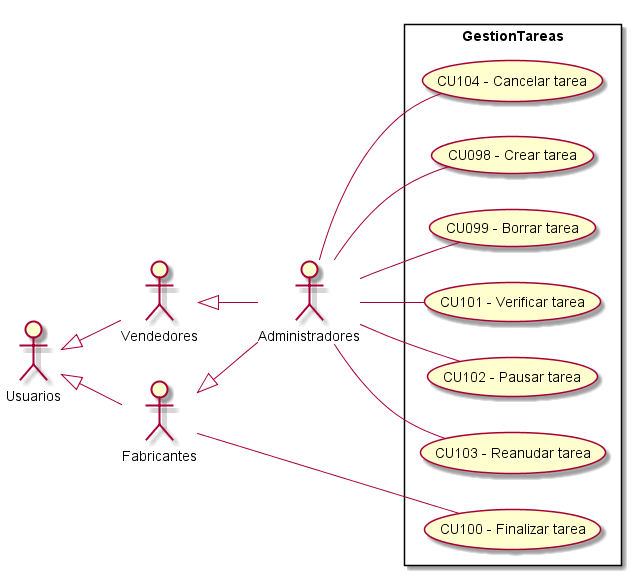
ZMGestion/DocumentacionZMGestion keeps this PlantUML diagram as Informe Final/Imagenes/ModeladoDeCasosDeUso/DiagramaDeCasosDeUso/GestionTareas.png. Above is the earlier version.
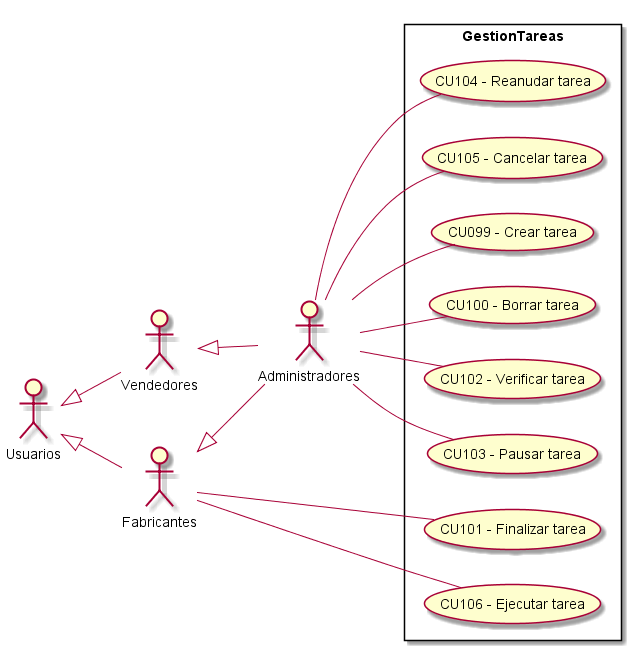
After the commit.

Change to the diagram source:
```diff
@@ -13,13 +13,14 @@
  left to right direction
 
 rectangle GestionTareas{
-    UseCase "CU098 - Crear tarea" as C
-    UseCase "CU099 - Borrar tarea" as B
-    UseCase "CU100 - Finalizar tarea" as Finalizar
-    UseCase "CU101 - Verificar tarea" as Verificar
-    UseCase "CU102 - Pausar tarea" as Pausar
-    UseCase "CU103 - Reanudar tarea" as Reanudar
-    UseCase "CU104 - Cancelar tarea" as Cancelar
+    UseCase "CU099 - Crear tarea" as C
+    UseCase "CU100 - Borrar tarea" as B
+    UseCase "CU101 - Finalizar tarea" as Finalizar
+    UseCase "CU102 - Verificar tarea" as Verificar
+    UseCase "CU103 - Pausar tarea" as Pausar
+    UseCase "CU104 - Reanudar tarea" as Reanudar
+    UseCase "CU105 - Cancelar tarea" as Cancelar
+    UseCase "CU106 - Ejecutar tarea" as Ejecutar
 }
     Administradores -- C
     Administradores -- B
@@ -27,6 +28,7 @@
     Administradores -- Pausar
     Administradores -- Reanudar
     Fabricantes -- Finalizar
+    Fabricantes -- Ejecutar
     Administradores -- Cancelar
 
 
```
